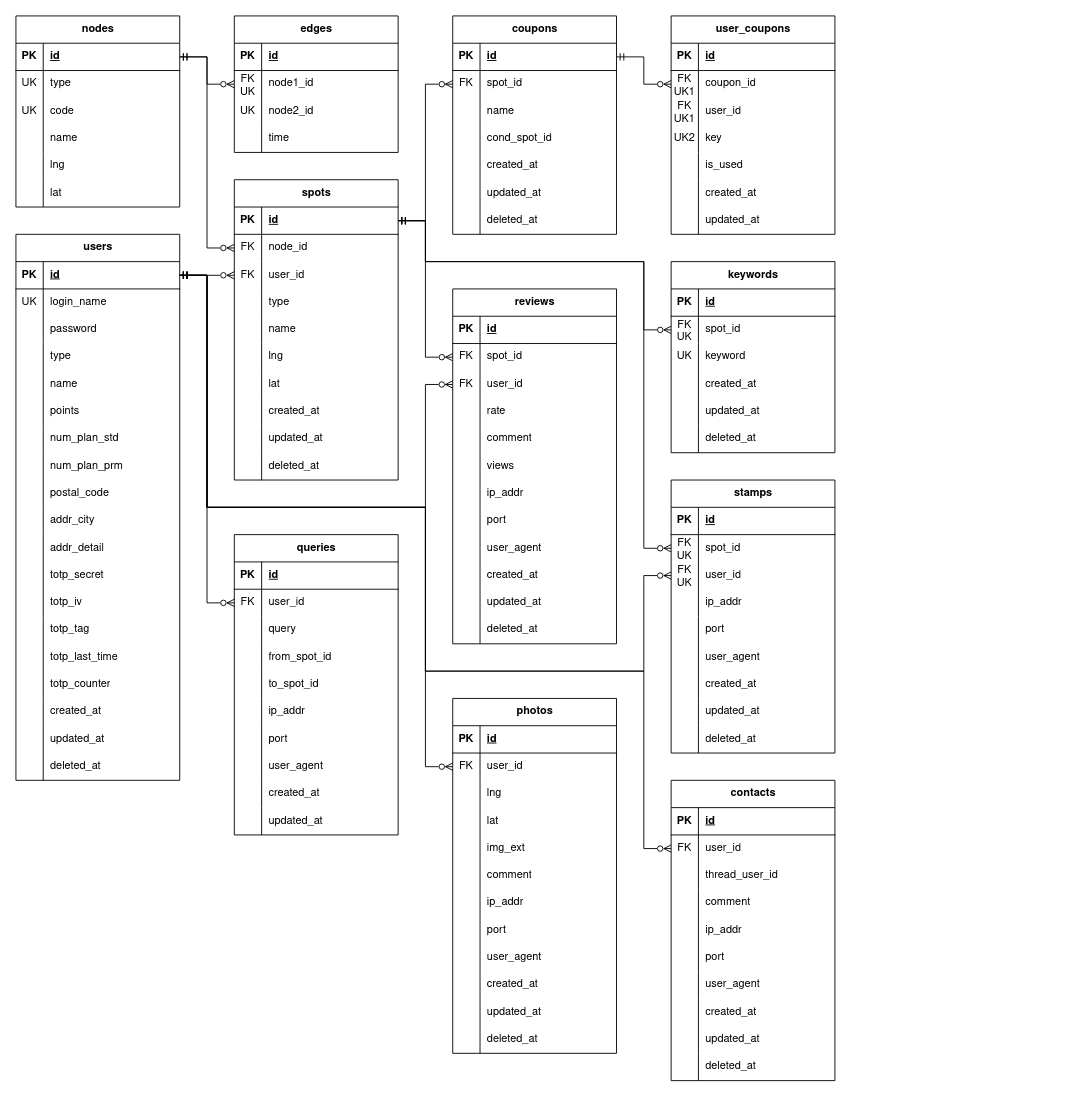
The draw.io diagram docs/figure/gaibu-er.drawio in r02092/se2025, before the edit. Source tidied: cells renumbered, new cells numbered last; positions are measured from the earlier drawing's top-left corner, leaving out a move shared by most shapes. Both pictures are drawn from the tidied source at 91%, with x=0, y=0 at pixel (15, 15).
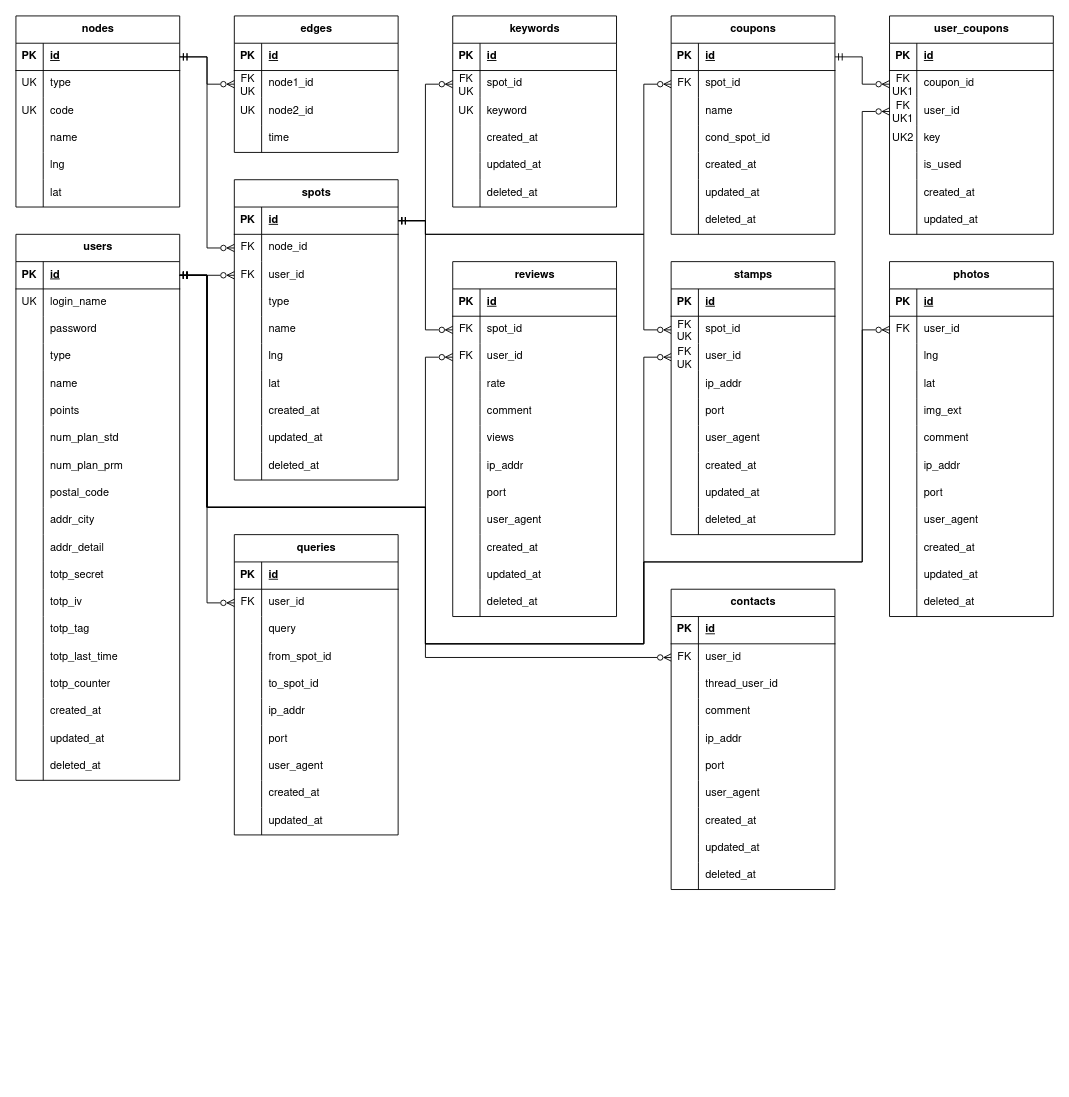
The same page after the edit.

The change refers to these unchanged cells:
```xml
<mxCell id="36" style="shape=tableRow;horizontal=0;startSize=0;swimlaneHead=0;swimlaneBody=0;fillColor=none;points=[[0,0.5],[1,0.5]];portConstraint=eastwest;top=0;left=0;right=0;bottom=1;fontFamily=Nimbus Sans;" parent="35" vertex="1">
  <mxGeometry y="30" width="180" height="30" as="geometry" />
</mxCell>
<mxCell id="68" style="shape=tableRow;horizontal=0;startSize=0;swimlaneHead=0;swimlaneBody=0;fillColor=none;points=[[0,0.5],[1,0.5]];portConstraint=eastwest;top=0;left=0;right=0;bottom=1;fontFamily=Nimbus Sans;" parent="67" vertex="1">
  <mxGeometry y="30" width="180" height="30" as="geometry" />
</mxCell>
<mxCell id="132" style="shape=tableRow;horizontal=0;startSize=0;swimlaneHead=0;swimlaneBody=0;fillColor=none;points=[[0,0.5],[1,0.5]];portConstraint=eastwest;top=0;left=0;right=0;bottom=0;fontFamily=Nimbus Sans;" parent="125" vertex="1">
  <mxGeometry y="90" width="180" height="30" as="geometry" />
</mxCell>
<mxCell id="166" style="shape=tableRow;horizontal=0;startSize=0;swimlaneHead=0;swimlaneBody=0;fillColor=none;points=[[0,0.5],[1,0.5]];portConstraint=eastwest;top=0;left=0;right=0;bottom=0;fontFamily=Nimbus Sans;" parent="162" vertex="1">
  <mxGeometry y="60" width="180" height="30" as="geometry" />
</mxCell>
<mxCell id="204" style="shape=tableRow;horizontal=0;startSize=0;swimlaneHead=0;swimlaneBody=0;fillColor=none;points=[[0,0.5],[1,0.5]];portConstraint=eastwest;top=0;left=0;right=0;bottom=0;fontFamily=Nimbus Sans;" parent="200" vertex="1">
  <mxGeometry y="60" width="180" height="30" as="geometry" />
</mxCell>
<mxCell id="207" style="shape=tableRow;horizontal=0;startSize=0;swimlaneHead=0;swimlaneBody=0;fillColor=none;points=[[0,0.5],[1,0.5]];portConstraint=eastwest;top=0;left=0;right=0;bottom=0;fontFamily=Nimbus Sans;" parent="200" vertex="1">
  <mxGeometry y="90" width="180" height="30" as="geometry" />
</mxCell>
<mxCell id="229" style="shape=tableRow;horizontal=0;startSize=0;swimlaneHead=0;swimlaneBody=0;fillColor=none;points=[[0,0.5],[1,0.5]];portConstraint=eastwest;top=0;left=0;right=0;bottom=1;fontFamily=Nimbus Sans;" parent="228" vertex="1">
  <mxGeometry y="30" width="180" height="30" as="geometry" />
</mxCell>
<mxCell id="232" style="shape=tableRow;horizontal=0;startSize=0;swimlaneHead=0;swimlaneBody=0;fillColor=none;points=[[0,0.5],[1,0.5]];portConstraint=eastwest;top=0;left=0;right=0;bottom=0;fontFamily=Nimbus Sans;" parent="228" vertex="1">
  <mxGeometry y="60" width="180" height="30" as="geometry" />
</mxCell>
<mxCell id="254" style="shape=tableRow;horizontal=0;startSize=0;swimlaneHead=0;swimlaneBody=0;fillColor=none;points=[[0,0.5],[1,0.5]];portConstraint=eastwest;top=0;left=0;right=0;bottom=0;fontFamily=Nimbus Sans;" parent="250" vertex="1">
  <mxGeometry y="60" width="180" height="30" as="geometry" />
</mxCell>
<mxCell id="257" style="shape=tableRow;horizontal=0;startSize=0;swimlaneHead=0;swimlaneBody=0;fillColor=none;points=[[0,0.5],[1,0.5]];portConstraint=eastwest;top=0;left=0;right=0;bottom=0;fontFamily=Nimbus Sans;" parent="250" vertex="1">
  <mxGeometry y="90" width="180" height="30" as="geometry" />
</mxCell>
<mxCell id="277" style="shape=tableRow;horizontal=0;startSize=0;swimlaneHead=0;swimlaneBody=0;fillColor=none;points=[[0,0.5],[1,0.5]];portConstraint=eastwest;top=0;left=0;right=0;bottom=0;fontFamily=Nimbus Sans;" parent="273" vertex="1">
  <mxGeometry y="60" width="180" height="30" as="geometry" />
</mxCell>
<mxCell id="308" style="shape=tableRow;horizontal=0;startSize=0;swimlaneHead=0;swimlaneBody=0;fillColor=none;points=[[0,0.5],[1,0.5]];portConstraint=eastwest;top=0;left=0;right=0;bottom=0;fontFamily=Nimbus Sans;" parent="304" vertex="1">
  <mxGeometry y="60" width="180" height="30" as="geometry" />
</mxCell>
<mxCell id="327" style="shape=tableRow;horizontal=0;startSize=0;swimlaneHead=0;swimlaneBody=0;fillColor=none;points=[[0,0.5],[1,0.5]];portConstraint=eastwest;top=0;left=0;right=0;bottom=0;fontFamily=Nimbus Sans;" parent="323" vertex="1">
  <mxGeometry y="60" width="180" height="30" as="geometry" />
</mxCell>
```

The edit, as a diff of the source:
```diff
@@
     <mxCell id="125" value="reviews" style="shape=table;startSize=30;childLayout=tableLayout;rowLines=0;fontStyle=1;align=center;html=1;fontFamily=Nimbus Sans;" parent="1" vertex="1">
-      <mxGeometry x="480" y="300" width="180" height="390" as="geometry" />
+      <mxGeometry x="480" y="270" width="180" height="390" as="geometry" />
     </mxCell>
@@
     <mxCell id="162" value="photos" style="shape=table;startSize=30;childLayout=tableLayout;rowLines=0;fontStyle=1;align=center;html=1;fontFamily=Nimbus Sans;" parent="1" vertex="1">
-      <mxGeometry x="480" y="750" width="180" height="390" as="geometry" />
+      <mxGeometry x="960" y="270" width="180" height="390" as="geometry" />
     </mxCell>
@@
     <mxCell id="200" value="stamps" style="shape=table;startSize=30;childLayout=tableLayout;rowLines=0;fontStyle=1;align=center;html=1;fontFamily=Nimbus Sans;" parent="1" vertex="1">
-      <mxGeometry x="720" y="510" width="180" height="300" as="geometry" />
+      <mxGeometry x="720" y="270" width="180" height="300" as="geometry" />
     </mxCell>
@@
     <mxCell id="228" value="coupons" style="shape=table;startSize=30;childLayout=tableLayout;rowLines=0;fontStyle=1;align=center;html=1;fontFamily=Nimbus Sans;" parent="1" vertex="1">
-      <mxGeometry x="480" width="180" height="240" as="geometry" />
+      <mxGeometry x="720" width="180" height="240" as="geometry" />
     </mxCell>
@@
     <mxCell id="250" value="user_coupons" style="shape=table;startSize=30;childLayout=tableLayout;rowLines=0;fontStyle=1;align=center;html=1;fontFamily=Nimbus Sans;" parent="1" vertex="1">
-      <mxGeometry x="720" width="180" height="240" as="geometry" />
+      <mxGeometry x="960" width="180" height="240" as="geometry" />
     </mxCell>
@@
-    <mxCell id="272" style="edgeStyle=orthogonalEdgeStyle;rounded=0;jettySize=auto;html=1;exitX=1;exitY=0.5;exitDx=0;exitDy=0;entryX=0;entryY=0.5;entryDx=0;entryDy=0;startArrow=ERmandOne;startFill=0;endArrow=ERzeroToMany;endFill=0;" parent="1" edge="1" source="229" target="254">
-      <mxGeometry relative="1" as="geometry" />
-    </mxCell>
@@
     <mxCell id="304" value="keywords" style="shape=table;startSize=30;childLayout=tableLayout;rowLines=0;fontStyle=1;align=center;html=1;fontFamily=Nimbus Sans;" parent="1" vertex="1">
-      <mxGeometry x="720" y="270" width="180" height="210" as="geometry" />
+      <mxGeometry x="480" width="180" height="210" as="geometry" />
     </mxCell>
@@
     <mxCell id="323" value="contacts" style="shape=table;startSize=30;childLayout=tableLayout;rowLines=0;fontStyle=1;align=center;html=1;fontFamily=Nimbus Sans;" parent="1" vertex="1">
-      <mxGeometry x="720" y="840" width="180" height="330" as="geometry" />
+      <mxGeometry x="720" y="630" width="180" height="330" as="geometry" />
     </mxCell>
@@
-    <mxCell id="354" style="edgeStyle=orthogonalEdgeStyle;rounded=0;jettySize=auto;html=1;exitX=1;exitY=0.5;exitDx=0;exitDy=0;entryX=0;entryY=0.5;entryDx=0;entryDy=0;startArrow=ERmandOne;startFill=0;endArrow=ERzeroToMany;endFill=0;" parent="1" edge="1" source="68" target="277">
-      <mxGeometry relative="1" as="geometry" />
-    </mxCell>
-    <mxCell id="355" style="edgeStyle=orthogonalEdgeStyle;rounded=0;jettySize=auto;html=1;exitX=1;exitY=0.5;exitDx=0;exitDy=0;entryX=0;entryY=0.5;entryDx=0;entryDy=0;startArrow=ERmandOne;startFill=0;endArrow=ERzeroToMany;endFill=0;" parent="1" edge="1" source="36" target="232">
-      <mxGeometry relative="1" as="geometry" />
-    </mxCell>
-    <mxCell id="356" style="edgeStyle=orthogonalEdgeStyle;rounded=0;jettySize=auto;html=1;exitX=1;exitY=0.5;exitDx=0;exitDy=0;entryX=0;entryY=0.5;entryDx=0;entryDy=0;startArrow=ERmandOne;startFill=0;endArrow=ERzeroToMany;endFill=0;" parent="1" edge="1" source="68" target="166">
-      <mxGeometry relative="1" as="geometry">
-        <Array as="points">
-          <mxPoint x="210" y="285" />
-          <mxPoint x="210" y="540" />
-          <mxPoint x="450" y="540" />
-          <mxPoint x="450" y="825" />
-        </Array>
-      </mxGeometry>
-    </mxCell>
@@
     <mxCell id="358" style="edgeStyle=orthogonalEdgeStyle;rounded=0;jettySize=auto;html=1;exitX=1;exitY=0.5;exitDx=0;exitDy=0;entryX=0;entryY=0.5;entryDx=0;entryDy=0;startArrow=ERmandOne;startFill=0;endArrow=ERzeroToMany;endFill=0;" parent="1" edge="1" source="36" target="308">
-      <mxGeometry relative="1" as="geometry">
-        <Array as="points">
-          <mxPoint x="450" y="225" />
-          <mxPoint x="450" y="270" />
-          <mxPoint x="690" y="270" />
-          <mxPoint x="690" y="345" />
-        </Array>
-      </mxGeometry>
+      <mxGeometry relative="1" as="geometry" />
     </mxCell>
+    <mxCell id="355" style="edgeStyle=orthogonalEdgeStyle;rounded=0;jettySize=auto;html=1;exitX=1;exitY=0.5;exitDx=0;exitDy=0;entryX=0;entryY=0.5;entryDx=0;entryDy=0;startArrow=ERmandOne;startFill=0;endArrow=ERzeroToMany;endFill=0;" parent="1" edge="1" source="36" target="232">
+      <mxGeometry relative="1" as="geometry">
+        <Array as="points">
+          <mxPoint x="450" y="225" />
+          <mxPoint x="450" y="240" />
+          <mxPoint x="690" y="240" />
+          <mxPoint x="690" y="75" />
+        </Array>
+      </mxGeometry>
+    </mxCell>
+    <mxCell id="272" style="edgeStyle=orthogonalEdgeStyle;rounded=0;jettySize=auto;html=1;exitX=1;exitY=0.5;exitDx=0;exitDy=0;entryX=0;entryY=0.5;entryDx=0;entryDy=0;startArrow=ERmandOne;startFill=0;endArrow=ERzeroToMany;endFill=0;" parent="1" edge="1" source="229" target="254">
+      <mxGeometry relative="1" as="geometry" />
+    </mxCell>
+    <mxCell id="361" style="edgeStyle=orthogonalEdgeStyle;rounded=0;jettySize=auto;html=1;exitX=1;exitY=0.5;exitDx=0;exitDy=0;entryX=0;entryY=0.5;entryDx=0;entryDy=0;startArrow=ERmandOne;startFill=0;endArrow=ERzeroToMany;endFill=0;" parent="1" edge="1" source="36" target="204">
+      <mxGeometry relative="1" as="geometry">
+        <Array as="points">
+          <mxPoint x="450" y="225" />
+          <mxPoint x="450" y="240" />
+          <mxPoint x="690" y="240" />
+          <mxPoint x="690" y="345" />
+        </Array>
+      </mxGeometry>
+    </mxCell>
+    <mxCell id="354" style="edgeStyle=orthogonalEdgeStyle;rounded=0;jettySize=auto;html=1;exitX=1;exitY=0.5;exitDx=0;exitDy=0;entryX=0;entryY=0.5;entryDx=0;entryDy=0;startArrow=ERmandOne;startFill=0;endArrow=ERzeroToMany;endFill=0;" parent="1" edge="1" source="68" target="277">
+      <mxGeometry relative="1" as="geometry" />
+    </mxCell>
-    <mxCell id="359" style="edgeStyle=orthogonalEdgeStyle;rounded=0;jettySize=auto;html=1;exitX=1;exitY=0.5;exitDx=0;exitDy=0;entryX=0;entryY=0.5;entryDx=0;entryDy=0;startArrow=ERmandOne;startFill=0;endArrow=ERzeroToMany;endFill=0;" parent="1" edge="1" source="68" target="132">
+    <mxCell id="359" style="edgeStyle=orthogonalEdgeStyle;rounded=0;jettySize=auto;html=1;exitX=1;exitY=0.5;exitDx=0;exitDy=0;startArrow=ERmandOne;startFill=0;endArrow=ERzeroToMany;endFill=0;" parent="1" edge="1" source="68" target="132">
       <mxGeometry relative="1" as="geometry">
         <Array as="points">
           <mxPoint x="210" y="285" />
           <mxPoint x="210" y="540" />
           <mxPoint x="450" y="540" />
-          <mxPoint x="450" y="405" />
+          <mxPoint x="450" y="375" />
         </Array>
       </mxGeometry>
     </mxCell>
+    <mxCell id="362" style="edgeStyle=orthogonalEdgeStyle;rounded=0;jettySize=auto;html=1;exitX=1;exitY=0.5;exitDx=0;exitDy=0;entryX=0;entryY=0.5;entryDx=0;entryDy=0;startArrow=ERmandOne;startFill=0;endArrow=ERzeroToMany;endFill=0;" parent="1" edge="1" source="68" target="327">
+      <mxGeometry relative="1" as="geometry">
+        <Array as="points">
+          <mxPoint x="210" y="285" />
+          <mxPoint x="210" y="540" />
+          <mxPoint x="450" y="540" />
+          <mxPoint x="450" y="705" />
+        </Array>
+      </mxGeometry>
+    </mxCell>
     <mxCell id="360" style="edgeStyle=orthogonalEdgeStyle;rounded=0;jettySize=auto;html=1;exitX=1;exitY=0.5;exitDx=0;exitDy=0;entryX=0;entryY=0.5;entryDx=0;entryDy=0;startArrow=ERmandOne;startFill=0;endArrow=ERzeroToMany;endFill=0;" parent="1" edge="1" source="68" target="207">
       <mxGeometry relative="1" as="geometry">
         <Array as="points">
           <mxPoint x="210" y="285" />
           <mxPoint x="210" y="540" />
           <mxPoint x="450" y="540" />
-          <mxPoint x="450" y="720" />
-          <mxPoint x="690" y="720" />
-          <mxPoint x="690" y="615" />
+          <mxPoint x="450" y="690" />
+          <mxPoint x="690" y="690" />
+          <mxPoint x="690" y="375" />
         </Array>
       </mxGeometry>
     </mxCell>
-    <mxCell id="361" style="edgeStyle=orthogonalEdgeStyle;rounded=0;jettySize=auto;html=1;exitX=1;exitY=0.5;exitDx=0;exitDy=0;entryX=0;entryY=0.5;entryDx=0;entryDy=0;startArrow=ERmandOne;startFill=0;endArrow=ERzeroToMany;endFill=0;" parent="1" edge="1" source="36" target="204">
-      <mxGeometry relative="1" as="geometry">
-        <Array as="points">
-          <mxPoint x="450" y="225" />
-          <mxPoint x="450" y="270" />
-          <mxPoint x="690" y="270" />
-          <mxPoint x="690" y="585" />
-        </Array>
-      </mxGeometry>
-    </mxCell>
-    <mxCell id="362" style="edgeStyle=orthogonalEdgeStyle;rounded=0;jettySize=auto;html=1;exitX=1;exitY=0.5;exitDx=0;exitDy=0;entryX=0;entryY=0.5;entryDx=0;entryDy=0;startArrow=ERmandOne;startFill=0;endArrow=ERzeroToMany;endFill=0;" parent="1" edge="1" source="68" target="327">
-      <mxGeometry relative="1" as="geometry">
-        <Array as="points">
-          <mxPoint x="210" y="285" />
-          <mxPoint x="210" y="540" />
-          <mxPoint x="450" y="540" />
-          <mxPoint x="450" y="720" />
-          <mxPoint x="690" y="720" />
-          <mxPoint x="690" y="915" />
-        </Array>
-      </mxGeometry>
-    </mxCell>
+    <mxCell id="363" style="edgeStyle=orthogonalEdgeStyle;rounded=0;jettySize=auto;html=1;exitX=1;exitY=0.5;exitDx=0;exitDy=0;entryX=0;entryY=0.5;entryDx=0;entryDy=0;startArrow=ERmandOne;startFill=0;endArrow=ERzeroToMany;endFill=0;" parent="1" edge="1" source="68" target="257">
+      <mxGeometry relative="1" as="geometry">
+        <Array as="points">
+          <mxPoint x="210" y="285" />
+          <mxPoint x="210" y="540" />
+          <mxPoint x="450" y="540" />
+          <mxPoint x="450" y="690" />
+          <mxPoint x="690" y="690" />
+          <mxPoint x="690" y="600" />
+          <mxPoint x="930" y="600" />
+          <mxPoint x="930" y="105" />
+        </Array>
+      </mxGeometry>
+    </mxCell>
+    <mxCell id="356" style="edgeStyle=orthogonalEdgeStyle;rounded=0;jettySize=auto;html=1;exitX=1;exitY=0.5;exitDx=0;exitDy=0;entryX=0;entryY=0.5;entryDx=0;entryDy=0;startArrow=ERmandOne;startFill=0;endArrow=ERzeroToMany;endFill=0;" parent="1" edge="1" source="68" target="166">
+      <mxGeometry relative="1" as="geometry">
+        <Array as="points">
+          <mxPoint x="210" y="285" />
+          <mxPoint x="210" y="540" />
+          <mxPoint x="450" y="540" />
+          <mxPoint x="450" y="690" />
+          <mxPoint x="690" y="690" />
+          <mxPoint x="690" y="600" />
+          <mxPoint x="930" y="600" />
+          <mxPoint x="930" y="345" />
+        </Array>
+      </mxGeometry>
+    </mxCell>
```
